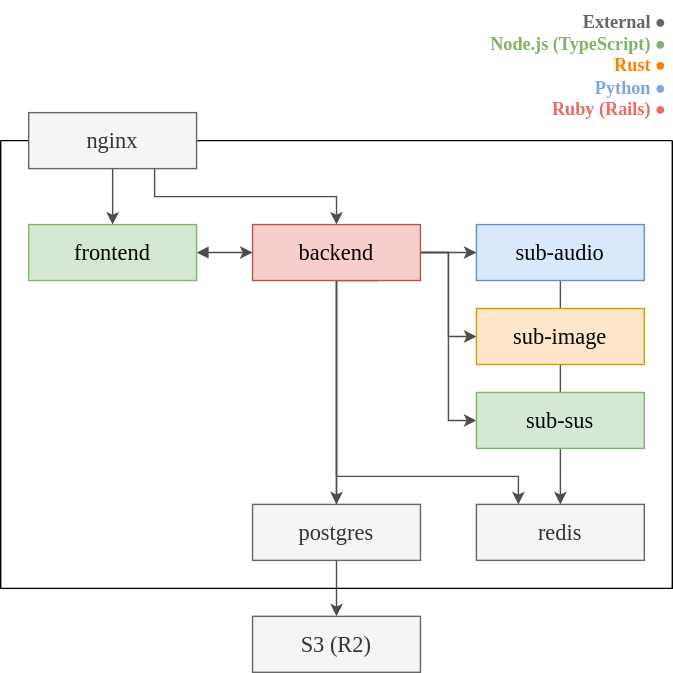
Before: architecture.svg, a diagram exported from draw.io (sevenc-nanashi/chart_cyanvas). Source tidied: cells renumbered, new cells last; positions are measured from the earlier drawing's top-left corner, leaving out a move shared by most shapes.
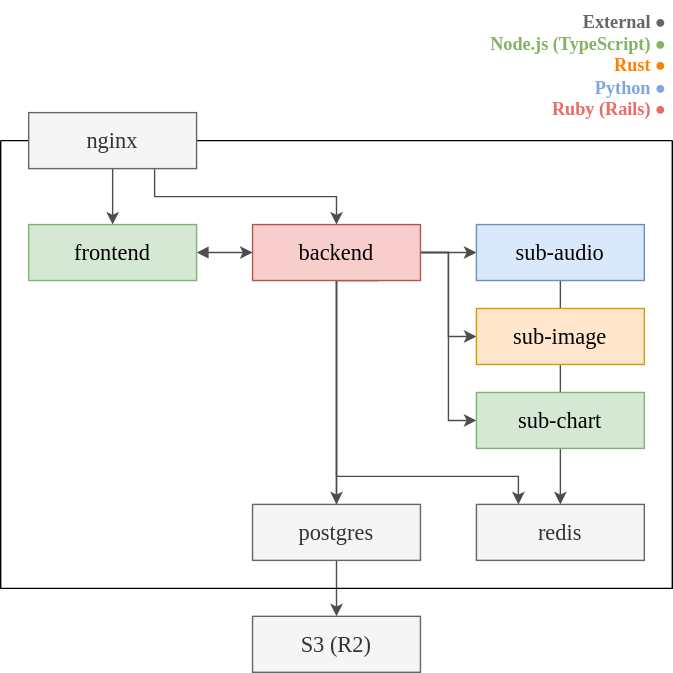
After the commit.

Commit message:
Fix: sub-sus -> sub-chart

The edit, as a diff of the source:
```diff
@@ -47,7 +47,7 @@
     <mxCell id="13" value="sub-image" style="rounded=0;whiteSpace=wrap;html=1;fontFamily= M PLUS 1p;fontSize=16;fillColor=#ffe6cc;strokeColor=#d79b00;fontSource=https%3A%2F%2Ffonts.googleapis.com%2Fcss%3Ffamily%3D%2BM%2BPLUS%2B1p;" parent="1" vertex="1">
       <mxGeometry x="340" y="220" width="120" height="40" as="geometry" />
     </mxCell>
-    <mxCell id="14" value="sub-sus" style="rounded=0;whiteSpace=wrap;html=1;fontFamily= M PLUS 1p;fontSize=16;fillColor=#d5e8d4;strokeColor=#82b366;fontSource=https%3A%2F%2Ffonts.googleapis.com%2Fcss%3Ffamily%3D%2BM%2BPLUS%2B1p;" parent="1" vertex="1">
+    <mxCell id="14" value="sub-chart" style="rounded=0;whiteSpace=wrap;html=1;fontFamily= M PLUS 1p;fontSize=16;fillColor=#d5e8d4;strokeColor=#82b366;fontSource=https%3A%2F%2Ffonts.googleapis.com%2Fcss%3Ffamily%3D%2BM%2BPLUS%2B1p;" parent="1" vertex="1">
       <mxGeometry x="340" y="280" width="120" height="40" as="geometry" />
     </mxCell>
     <mxCell id="15" style="swimlane;startSize=0;fontFamily= M PLUS 1p;fontSize=16;fontSource=https%3A%2F%2Ffonts.googleapis.com%2Fcss%3Ffamily%3D%2BM%2BPLUS%2B1p;" parent="1" vertex="1">
```
